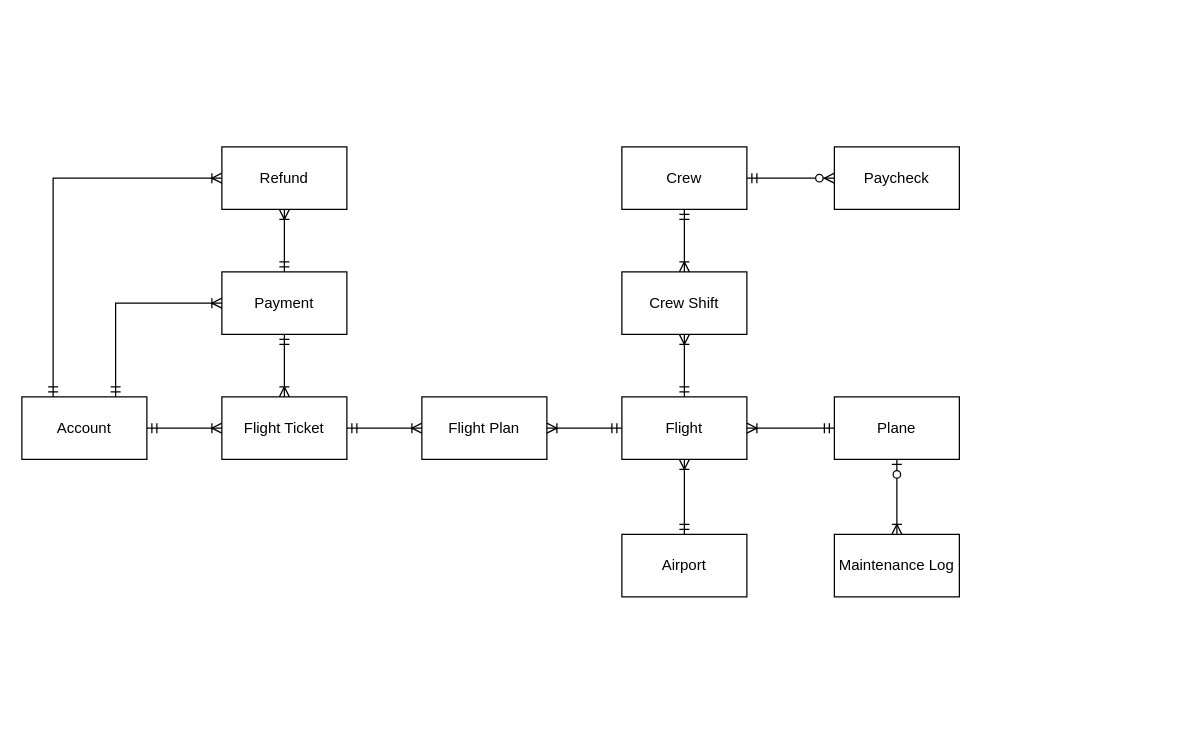
The draw.io diagram erd.drawio in Poleric/database-design-assignment, before the edit. Source tidied: cells renumbered, new cells numbered last; positions are measured from the earlier drawing's top-left corner, leaving out a move shared by most shapes. Both pictures are drawn from the tidied source at 125%, with x=0, y=0 at pixel (21, 146).
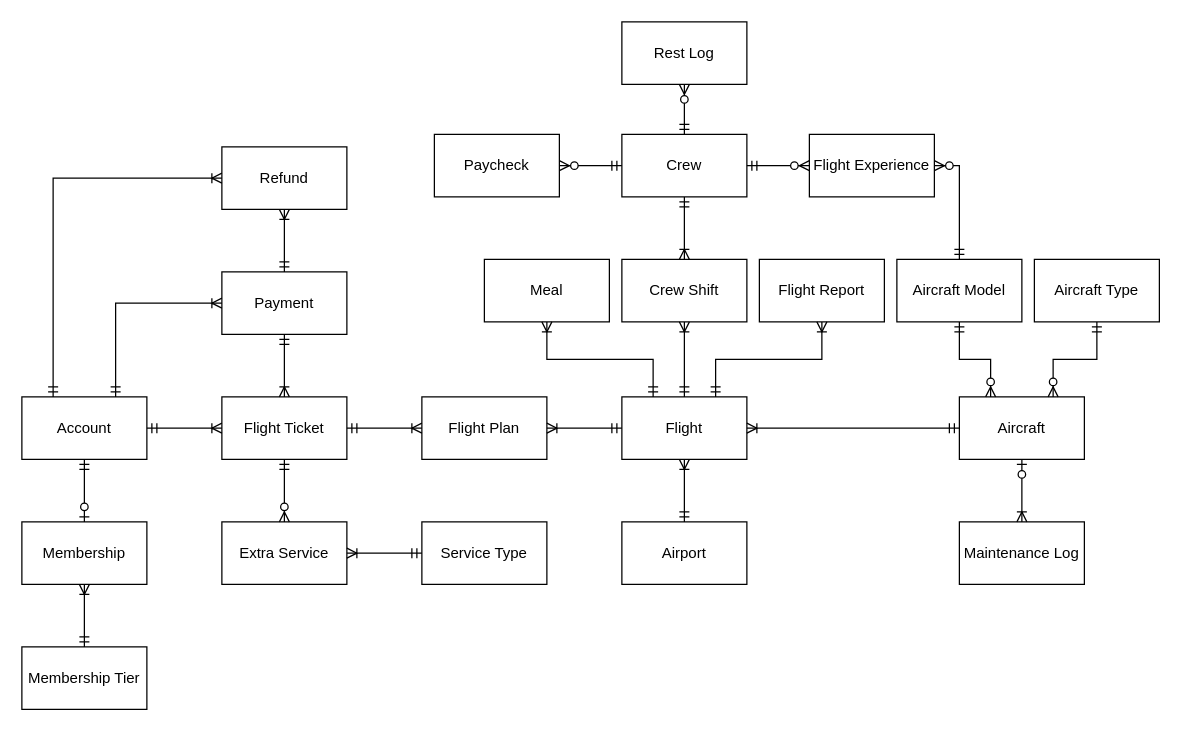
The same diagram, later.

Unchanged cells that the change refers to:
```xml
<mxCell id="3" value="Account" style="html=1;dashed=0;whiteSpace=wrap;" parent="1" vertex="1">
  <mxGeometry y="200" width="100" height="50" as="geometry" />
</mxCell>
<mxCell id="7" value="Flight" style="html=1;dashed=0;whiteSpace=wrap;" parent="1" vertex="1">
  <mxGeometry x="480" y="200" width="100" height="50" as="geometry" />
</mxCell>
<mxCell id="12" value="Flight Ticket" style="html=1;dashed=0;whiteSpace=wrap;" parent="1" vertex="1">
  <mxGeometry x="160" y="200" width="100" height="50" as="geometry" />
</mxCell>
```

What changed in the source:
```diff
@@
-    <mxCell id="2" value="Plane" style="html=1;dashed=0;whiteSpace=wrap;" parent="1" vertex="1">
-      <mxGeometry x="650" y="200" width="100" height="50" as="geometry" />
+    <mxCell id="2" value="Aircraft" style="html=1;dashed=0;whiteSpace=wrap;" parent="1" vertex="1">
+      <mxGeometry x="750" y="200" width="100" height="50" as="geometry" />
     </mxCell>
@@
     <mxCell id="4" value="Crew" style="html=1;dashed=0;whiteSpace=wrap;" parent="1" vertex="1">
-      <mxGeometry x="480" width="100" height="50" as="geometry" />
+      <mxGeometry x="480" y="-10" width="100" height="50" as="geometry" />
     </mxCell>
     <mxCell id="5" value="Paycheck" style="html=1;dashed=0;whiteSpace=wrap;" parent="1" vertex="1">
-      <mxGeometry x="650" width="100" height="50" as="geometry" />
+      <mxGeometry x="330" y="-10" width="100" height="50" as="geometry" />
     </mxCell>
     <mxCell id="6" value="Maintenance Log" style="html=1;dashed=0;whiteSpace=wrap;" parent="1" vertex="1">
-      <mxGeometry x="650" y="310" width="100" height="50" as="geometry" />
+      <mxGeometry x="750" y="300" width="100" height="50" as="geometry" />
     </mxCell>
@@
     <mxCell id="9" value="Airport" style="html=1;dashed=0;whiteSpace=wrap;" parent="1" vertex="1">
-      <mxGeometry x="480" y="310" width="100" height="50" as="geometry" />
+      <mxGeometry x="480" y="300" width="100" height="50" as="geometry" />
     </mxCell>
@@
     <mxCell id="14" value="Crew Shift" style="html=1;dashed=0;whiteSpace=wrap;" parent="1" vertex="1">
-      <mxGeometry x="480" y="100" width="100" height="50" as="geometry" />
+      <mxGeometry x="480" y="90" width="100" height="50" as="geometry" />
     </mxCell>
@@
-    <mxCell id="26" style="edgeStyle=orthogonalEdgeStyle;fontSize=12;html=1;endArrow=ERzeroToMany;startArrow=ERmandOne;rounded=0;entryX=0;entryY=0.5;entryDx=0;entryDy=0;exitX=1;exitY=0.5;exitDx=0;exitDy=0;" parent="1" edge="1" source="4" target="5">
+    <mxCell id="26" style="edgeStyle=orthogonalEdgeStyle;fontSize=12;html=1;endArrow=ERzeroToMany;startArrow=ERmandOne;rounded=0;entryX=1;entryY=0.5;entryDx=0;entryDy=0;exitX=0;exitY=0.5;exitDx=0;exitDy=0;" parent="1" edge="1" source="4" target="5">
       <mxGeometry relative="1" as="geometry" />
     </mxCell>
+    <mxCell id="27" value="Aircraft Type" style="html=1;dashed=0;whiteSpace=wrap;" parent="1" vertex="1">
+      <mxGeometry x="810" y="90" width="100" height="50" as="geometry" />
+    </mxCell>
+    <mxCell id="28" value="Membership" style="html=1;dashed=0;whiteSpace=wrap;" parent="1" vertex="1">
+      <mxGeometry y="300" width="100" height="50" as="geometry" />
+    </mxCell>
+    <mxCell id="29" value="Meal" style="html=1;dashed=0;whiteSpace=wrap;" parent="1" vertex="1">
+      <mxGeometry x="370" y="90" width="100" height="50" as="geometry" />
+    </mxCell>
+    <mxCell id="30" style="edgeStyle=orthogonalEdgeStyle;fontSize=12;html=1;endArrow=ERoneToMany;startArrow=ERmandOne;rounded=0;entryX=0.5;entryY=1;entryDx=0;entryDy=0;exitX=0.25;exitY=0;exitDx=0;exitDy=0;" parent="1" edge="1" source="7" target="29">
+      <mxGeometry relative="1" as="geometry" />
+    </mxCell>
+    <mxCell id="31" value="Membership Tier" style="html=1;dashed=0;whiteSpace=wrap;" parent="1" vertex="1">
+      <mxGeometry y="400" width="100" height="50" as="geometry" />
+    </mxCell>
+    <mxCell id="32" value="Rest Log" style="html=1;dashed=0;whiteSpace=wrap;" parent="1" vertex="1">
+      <mxGeometry x="480" y="-100" width="100" height="50" as="geometry" />
+    </mxCell>
+    <mxCell id="33" value="Flight Report" style="html=1;dashed=0;whiteSpace=wrap;" parent="1" vertex="1">
+      <mxGeometry x="590" y="90" width="100" height="50" as="geometry" />
+    </mxCell>
+    <mxCell id="34" style="edgeStyle=orthogonalEdgeStyle;fontSize=12;html=1;endArrow=ERoneToMany;startArrow=ERmandOne;rounded=0;entryX=0.5;entryY=1;entryDx=0;entryDy=0;exitX=0.75;exitY=0;exitDx=0;exitDy=0;" parent="1" edge="1" source="7" target="33">
+      <mxGeometry relative="1" as="geometry" />
+    </mxCell>
+    <mxCell id="35" value="Extra Service" style="html=1;dashed=0;whiteSpace=wrap;" parent="1" vertex="1">
+      <mxGeometry x="160" y="300" width="100" height="50" as="geometry" />
+    </mxCell>
+    <mxCell id="36" value="Flight Experience" style="html=1;dashed=0;whiteSpace=wrap;" parent="1" vertex="1">
+      <mxGeometry x="630" y="-10" width="100" height="50" as="geometry" />
+    </mxCell>
+    <mxCell id="37" value="Aircraft Model" style="html=1;dashed=0;whiteSpace=wrap;" parent="1" vertex="1">
+      <mxGeometry x="700" y="90" width="100" height="50" as="geometry" />
+    </mxCell>
+    <mxCell id="38" style="edgeStyle=orthogonalEdgeStyle;fontSize=12;html=1;endArrow=ERzeroToMany;startArrow=ERmandOne;rounded=0;entryX=0.5;entryY=1;entryDx=0;entryDy=0;exitX=0.5;exitY=0;exitDx=0;exitDy=0;" parent="1" edge="1" source="4" target="32">
+      <mxGeometry relative="1" as="geometry" />
+    </mxCell>
+    <mxCell id="39" style="edgeStyle=orthogonalEdgeStyle;fontSize=12;html=1;endArrow=ERzeroToMany;startArrow=ERmandOne;rounded=0;entryX=0;entryY=0.5;entryDx=0;entryDy=0;exitX=1;exitY=0.5;exitDx=0;exitDy=0;" parent="1" edge="1" source="4" target="36">
+      <mxGeometry relative="1" as="geometry" />
+    </mxCell>
+    <mxCell id="40" style="edgeStyle=orthogonalEdgeStyle;fontSize=12;html=1;endArrow=ERzeroToMany;startArrow=ERmandOne;rounded=0;entryX=1;entryY=0.5;entryDx=0;entryDy=0;exitX=0.5;exitY=0;exitDx=0;exitDy=0;" parent="1" edge="1" source="37" target="36">
+      <mxGeometry relative="1" as="geometry" />
+    </mxCell>
+    <mxCell id="41" style="edgeStyle=orthogonalEdgeStyle;fontSize=12;html=1;endArrow=ERzeroToMany;startArrow=ERmandOne;rounded=0;entryX=0.75;entryY=0;entryDx=0;entryDy=0;exitX=0.5;exitY=1;exitDx=0;exitDy=0;" parent="1" edge="1" source="27" target="2">
+      <mxGeometry relative="1" as="geometry" />
+    </mxCell>
+    <mxCell id="42" style="edgeStyle=orthogonalEdgeStyle;fontSize=12;html=1;endArrow=ERzeroToMany;startArrow=ERmandOne;rounded=0;entryX=0.25;entryY=0;entryDx=0;entryDy=0;exitX=0.5;exitY=1;exitDx=0;exitDy=0;" parent="1" edge="1" source="37" target="2">
+      <mxGeometry relative="1" as="geometry" />
+    </mxCell>
+    <mxCell id="43" style="edgeStyle=orthogonalEdgeStyle;fontSize=12;html=1;endArrow=ERzeroToMany;startArrow=ERmandOne;rounded=0;entryX=0.5;entryY=0;entryDx=0;entryDy=0;exitX=0.5;exitY=1;exitDx=0;exitDy=0;" parent="1" edge="1" source="12" target="35">
+      <mxGeometry relative="1" as="geometry" />
+    </mxCell>
+    <mxCell id="44" value="Service Type" style="html=1;dashed=0;whiteSpace=wrap;" parent="1" vertex="1">
+      <mxGeometry x="320" y="300" width="100" height="50" as="geometry" />
+    </mxCell>
+    <mxCell id="45" style="edgeStyle=orthogonalEdgeStyle;fontSize=12;html=1;endArrow=ERoneToMany;startArrow=ERmandOne;rounded=0;entryX=1;entryY=0.5;entryDx=0;entryDy=0;exitX=0;exitY=0.5;exitDx=0;exitDy=0;" parent="1" edge="1" source="44" target="35">
+      <mxGeometry relative="1" as="geometry" />
+    </mxCell>
+    <mxCell id="46" style="edgeStyle=orthogonalEdgeStyle;fontSize=12;html=1;endArrow=ERzeroToOne;startArrow=ERmandOne;rounded=0;exitX=0.5;exitY=1;exitDx=0;exitDy=0;entryX=0.5;entryY=0;entryDx=0;entryDy=0;" parent="1" edge="1" source="3" target="28">
+      <mxGeometry relative="1" as="geometry" />
+    </mxCell>
+    <mxCell id="47" style="edgeStyle=orthogonalEdgeStyle;fontSize=12;html=1;endArrow=ERoneToMany;startArrow=ERmandOne;rounded=0;entryX=0.5;entryY=1;entryDx=0;entryDy=0;exitX=0.5;exitY=0;exitDx=0;exitDy=0;" parent="1" edge="1" source="31" target="28">
+      <mxGeometry relative="1" as="geometry" />
+    </mxCell>
```
